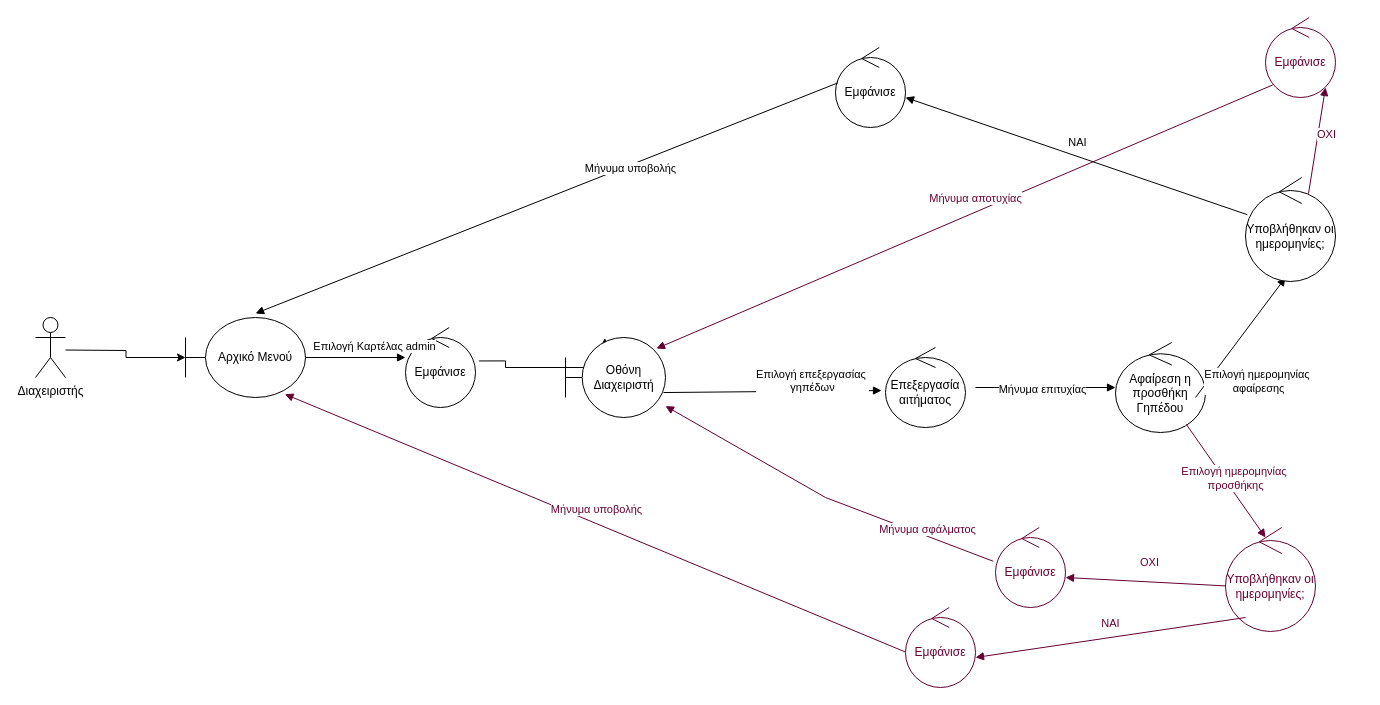
The draw.io diagram spetz/paradoteo4/edit_courts_admin.drawio in Pspetz/Organthlon, before the edit. Source tidied: cells renumbered, new cells numbered last; positions are measured from the earlier drawing's top-left corner, leaving out a move shared by most shapes. Both pictures are drawn from the tidied source at 100%, with x=0, y=0 at pixel (35, 17).
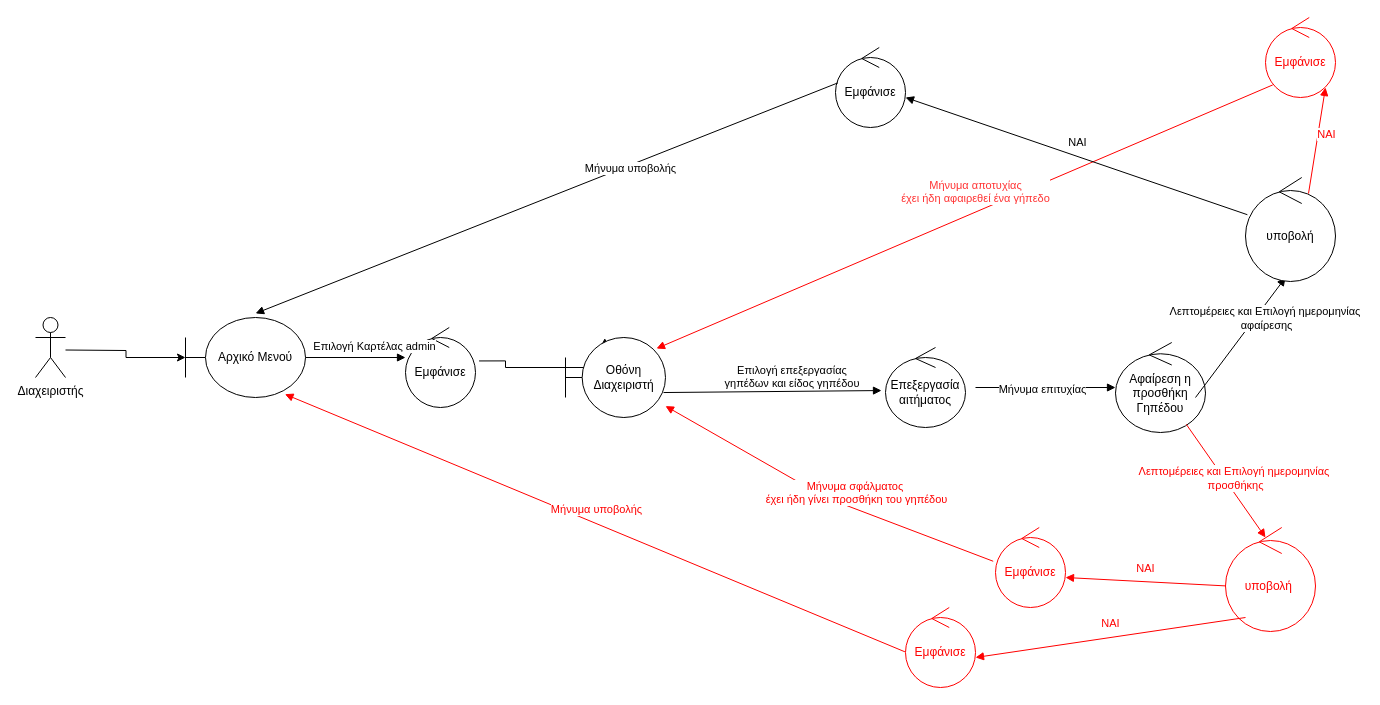
After the change.

Unchanged cells that the change refers to:
```xml
<mxCell id="3" value="Αρχικό Μενού" style="shape=umlBoundary;whiteSpace=wrap;html=1;" parent="1" vertex="1">
  <mxGeometry x="150" y="300" width="120" height="80" as="geometry" />
</mxCell>
<mxCell id="8" value="Οθόνη Διαχειριστή" style="shape=umlBoundary;whiteSpace=wrap;html=1;" parent="1" vertex="1">
  <mxGeometry x="530" y="320" width="100" height="80" as="geometry" />
</mxCell>
<mxCell id="10" value="Επεξεργασία αιτήματος&lt;br&gt;" style="ellipse;shape=umlControl;whiteSpace=wrap;html=1;" parent="1" vertex="1">
  <mxGeometry x="850" y="330" width="80" height="80" as="geometry" />
</mxCell>
<mxCell id="13" value="Αφαίρεση η προσθήκη Γηπέδου" style="ellipse;shape=umlControl;whiteSpace=wrap;html=1;rotation=0;" parent="1" vertex="1">
  <mxGeometry x="1080" y="325" width="90" height="90" as="geometry" />
</mxCell>
<mxCell id="14" style="html=1;verticalAlign=bottom;endArrow=block;rounded=0;" parent="1" edge="1">
  <mxGeometry x="0.06" y="-3" relative="1" as="geometry">
    <mxPoint x="1160" y="380" as="sourcePoint" />
    <mxPoint x="1250" y="260" as="targetPoint" />
  </mxGeometry>
</mxCell>
```

Diff of the diagram source:
```diff
@@
-    <mxCell id="9" value="Επιλογή επεξεργασίας&amp;nbsp;&lt;br&gt;γηπέδων" style="html=1;verticalAlign=bottom;endArrow=block;rounded=0;exitX=0.98;exitY=0.688;exitDx=0;exitDy=0;exitPerimeter=0;entryX=-0.05;entryY=0.538;entryDx=0;entryDy=0;entryPerimeter=0;" parent="1" edge="1" source="8" target="10">
-      <mxGeometry x="0.37" y="-5" relative="1" as="geometry" />
+    <mxCell id="9" value="Επιλογή επεξεργασίας&amp;nbsp;&lt;br&gt;γηπέδων και είδος γηπέδου&amp;nbsp;" style="html=1;verticalAlign=bottom;endArrow=block;rounded=0;exitX=0.98;exitY=0.688;exitDx=0;exitDy=0;exitPerimeter=0;entryX=-0.05;entryY=0.538;entryDx=0;entryDy=0;entryPerimeter=0;" parent="1" edge="1" source="8" target="10">
+      <mxGeometry x="0.19" y="-1" relative="1" as="geometry" />
     </mxCell>
@@
-    <mxCell id="15" value="Επιλογή ημερομηνίας&amp;nbsp;&lt;br&gt;αφαίρεσης" style="edgeLabel;html=1;align=center;verticalAlign=middle;" parent="14" vertex="1">
+    <mxCell id="15" value="Λεπτομέρειες και Επιλογή ημερομηνίας&amp;nbsp;&lt;br&gt;αφαίρεσης" style="edgeLabel;html=1;align=center;verticalAlign=middle;" parent="14" vertex="1">
       <mxGeometry x="-0.28" y="3" relative="1" as="geometry">
-        <mxPoint x="32" y="28" as="offset" />
+        <mxPoint x="40" y="-35" as="offset" />
       </mxGeometry>
     </mxCell>
-    <mxCell id="16" value="Υποβλήθηκαν οι ημερομηνίες;" style="ellipse;shape=umlControl;whiteSpace=wrap;html=1;" parent="1" vertex="1">
+    <mxCell id="16" value="υποβολή" style="ellipse;shape=umlControl;whiteSpace=wrap;html=1;" parent="1" vertex="1">
       <mxGeometry x="1210" y="160" width="90" height="104" as="geometry" />
     </mxCell>
-    <mxCell id="17" value="ΟΧΙ" style="html=1;verticalAlign=bottom;endArrow=block;rounded=0;fontColor=#660033;strokeColor=#660033;exitX=0.7;exitY=0.154;exitDx=0;exitDy=0;exitPerimeter=0;" parent="1" edge="1" source="16">
+    <mxCell id="17" value="ΝΑΙ" style="html=1;verticalAlign=bottom;endArrow=block;rounded=0;fontColor=#FF0000;strokeColor=#FF0000;exitX=0.7;exitY=0.154;exitDx=0;exitDy=0;exitPerimeter=0;" parent="1" edge="1" source="16">
       <mxGeometry x="-0.04" y="-10" relative="1" as="geometry">
         <mxPoint x="1290" y="70" as="targetPoint" />
       </mxGeometry>
     </mxCell>
-    <mxCell id="18" value="Εμφάνισε" style="ellipse;shape=umlControl;whiteSpace=wrap;html=1;strokeColor=#660033;fontColor=#660033;" parent="1" vertex="1">
+    <mxCell id="18" value="Εμφάνισε" style="ellipse;shape=umlControl;whiteSpace=wrap;html=1;strokeColor=#FF0000;fontColor=#FF0000;" parent="1" vertex="1">
       <mxGeometry x="1230" width="70" height="80" as="geometry" />
     </mxCell>
-    <mxCell id="19" value="Μήνυμα αποτυχίας" style="html=1;verticalAlign=bottom;endArrow=block;rounded=0;fontColor=#660033;strokeColor=#660033;entryX=0.91;entryY=0.138;entryDx=0;entryDy=0;entryPerimeter=0;" parent="1" edge="1" target="8">
+    <mxCell id="19" value="Μήνυμα αποτυχίας&lt;br&gt;έχει ήδη αφαιρεθεί ένα γήπεδο" style="html=1;verticalAlign=bottom;endArrow=block;rounded=0;fontColor=#FF3333;strokeColor=#FF0000;entryX=0.91;entryY=0.138;entryDx=0;entryDy=0;entryPerimeter=0;" parent="1" edge="1" target="8">
       <mxGeometry x="-0.04" y="-4" relative="1" as="geometry">
         <mxPoint x="1237.3" y="67.4" as="sourcePoint" />
       </mxGeometry>
     </mxCell>
@@
-    <mxCell id="24" style="html=1;verticalAlign=bottom;endArrow=block;rounded=0;strokeColor=#660033;" parent="1" edge="1" source="13">
+    <mxCell id="24" style="html=1;verticalAlign=bottom;endArrow=block;rounded=0;strokeColor=#FF0000;fontColor=#FF0000;" parent="1" edge="1" source="13">
       <mxGeometry x="0.06" y="-3" relative="1" as="geometry">
         <mxPoint x="1230" y="520" as="targetPoint" />
       </mxGeometry>
     </mxCell>
-    <mxCell id="25" value="Επιλογή ημερομηνίας&amp;nbsp;&lt;br&gt;προσθήκης" style="edgeLabel;html=1;align=center;verticalAlign=middle;fontColor=#660033;" parent="24" vertex="1">
+    <mxCell id="25" value="Λεπτομέρειες και Επιλογή ημερομηνίας&amp;nbsp;&lt;br&gt;προσθήκης" style="edgeLabel;html=1;align=center;verticalAlign=middle;fontColor=#FF0000;" parent="24" vertex="1">
       <mxGeometry x="-0.28" y="3" relative="1" as="geometry">
         <mxPoint x="18" y="14" as="offset" />
       </mxGeometry>
     </mxCell>
-    <mxCell id="26" value="Υποβλήθηκαν οι ημερομηνίες;" style="ellipse;shape=umlControl;whiteSpace=wrap;html=1;strokeColor=#660033;fontColor=#660033;" parent="1" vertex="1">
+    <mxCell id="26" value="υποβολή&amp;nbsp;" style="ellipse;shape=umlControl;whiteSpace=wrap;html=1;strokeColor=#FF0000;fontColor=#FF0000;" parent="1" vertex="1">
       <mxGeometry x="1190" y="510" width="90" height="104" as="geometry" />
     </mxCell>
-    <mxCell id="27" value="ΟΧΙ" style="html=1;verticalAlign=bottom;endArrow=block;rounded=0;exitX=-0.007;exitY=0.619;exitDx=0;exitDy=0;exitPerimeter=0;fontColor=#660033;strokeColor=#660033;" parent="1" edge="1">
-      <mxGeometry x="-0.04" y="-10" relative="1" as="geometry">
+    <mxCell id="27" value="ΝΑΙ" style="html=1;verticalAlign=bottom;endArrow=block;rounded=0;exitX=-0.007;exitY=0.619;exitDx=0;exitDy=0;exitPerimeter=0;fontColor=#FF0000;strokeColor=#FF0000;" parent="1" edge="1">
+      <mxGeometry y="-4" relative="1" as="geometry">
         <mxPoint x="1190" y="568.4" as="sourcePoint" />
         <mxPoint x="1030" y="560" as="targetPoint" />
       </mxGeometry>
     </mxCell>
-    <mxCell id="28" value="Εμφάνισε" style="ellipse;shape=umlControl;whiteSpace=wrap;html=1;fontColor=#660033;strokeColor=#660033;" parent="1" vertex="1">
+    <mxCell id="28" value="Εμφάνισε" style="ellipse;shape=umlControl;whiteSpace=wrap;html=1;fontColor=#FF0000;strokeColor=#FF0000;" parent="1" vertex="1">
       <mxGeometry x="960" y="510" width="70" height="80" as="geometry" />
     </mxCell>
-    <mxCell id="29" value="Μήνυμα σφάλματος&lt;br&gt;" style="html=1;verticalAlign=bottom;endArrow=block;rounded=0;fontColor=#660033;strokeColor=#660033;exitX=-0.033;exitY=0.422;exitDx=0;exitDy=0;exitPerimeter=0;" parent="1" edge="1" source="28" target="8">
-      <mxGeometry x="-0.62" y="2" relative="1" as="geometry">
+    <mxCell id="29" value="Μήνυμα σφάλματος&amp;nbsp;&lt;br&gt;έχει ήδη γίνει προσθήκη του γηπέδου" style="html=1;verticalAlign=bottom;endArrow=block;rounded=0;fontColor=#FF0000;strokeColor=#FF0000;exitX=-0.033;exitY=0.422;exitDx=0;exitDy=0;exitPerimeter=0;" parent="1" edge="1" source="28" target="8">
+      <mxGeometry x="-0.19" y="-1" relative="1" as="geometry">
         <Array as="points">
           <mxPoint x="790" y="480" />
         </Array>
       </mxGeometry>
     </mxCell>
-    <mxCell id="30" value="ΝΑΙ" style="html=1;verticalAlign=bottom;endArrow=block;rounded=0;exitX=0.252;exitY=0.955;exitDx=0;exitDy=0;exitPerimeter=0;fontColor=#660033;strokeColor=#660033;" parent="1" edge="1">
+    <mxCell id="30" value="ΝΑΙ" style="html=1;verticalAlign=bottom;endArrow=block;rounded=0;exitX=0.252;exitY=0.955;exitDx=0;exitDy=0;exitPerimeter=0;fontColor=#FF0000;strokeColor=#FF0000;" parent="1" edge="1">
       <mxGeometry y="-5" relative="1" as="geometry">
         <mxPoint x="1210" y="600" as="sourcePoint" />
         <mxPoint x="940" y="640" as="targetPoint" />
       </mxGeometry>
     </mxCell>
-    <mxCell id="31" value="Εμφάνισε" style="ellipse;shape=umlControl;whiteSpace=wrap;html=1;strokeColor=#660033;fontColor=#660033;" parent="1" vertex="1">
+    <mxCell id="31" value="Εμφάνισε" style="ellipse;shape=umlControl;whiteSpace=wrap;html=1;strokeColor=#FF0000;fontColor=#FF0000;" parent="1" vertex="1">
       <mxGeometry x="870" y="590" width="70" height="80" as="geometry" />
     </mxCell>
-    <mxCell id="32" value="Μήνυμα υποβολής&lt;br&gt;" style="html=1;verticalAlign=bottom;endArrow=block;rounded=0;fontColor=#660033;strokeColor=#660033;exitX=-0.008;exitY=0.554;exitDx=0;exitDy=0;exitPerimeter=0;entryX=0.829;entryY=0.959;entryDx=0;entryDy=0;entryPerimeter=0;" parent="1" edge="1" source="31" target="3">
+    <mxCell id="32" value="Μήνυμα υποβολής&lt;br&gt;" style="html=1;verticalAlign=bottom;endArrow=block;rounded=0;fontColor=#FF0000;strokeColor=#FF0000;exitX=-0.008;exitY=0.554;exitDx=0;exitDy=0;exitPerimeter=0;entryX=0.829;entryY=0.959;entryDx=0;entryDy=0;entryPerimeter=0;" parent="1" edge="1" source="31" target="3">
       <mxGeometry y="-5" relative="1" as="geometry" />
     </mxCell>
```
